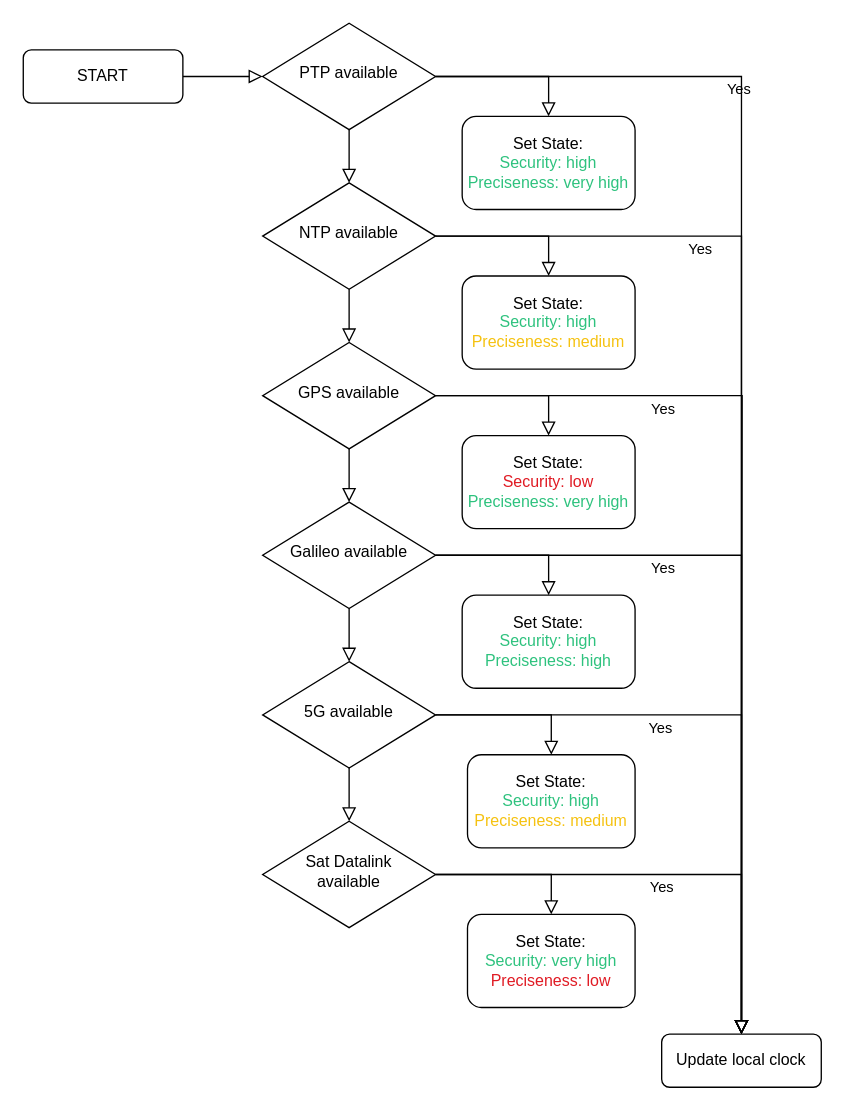
Above: time_sync.drawio in jahknem/SNCF_showcase (draw.io), before the change. Source tidied: cells renumbered, new cells numbered last; positions are measured from the earlier drawing's top-left corner, leaving out a move shared by most shapes. Both pictures are drawn from the tidied source at 133%, with x=0, y=0 at pixel (23, 23).
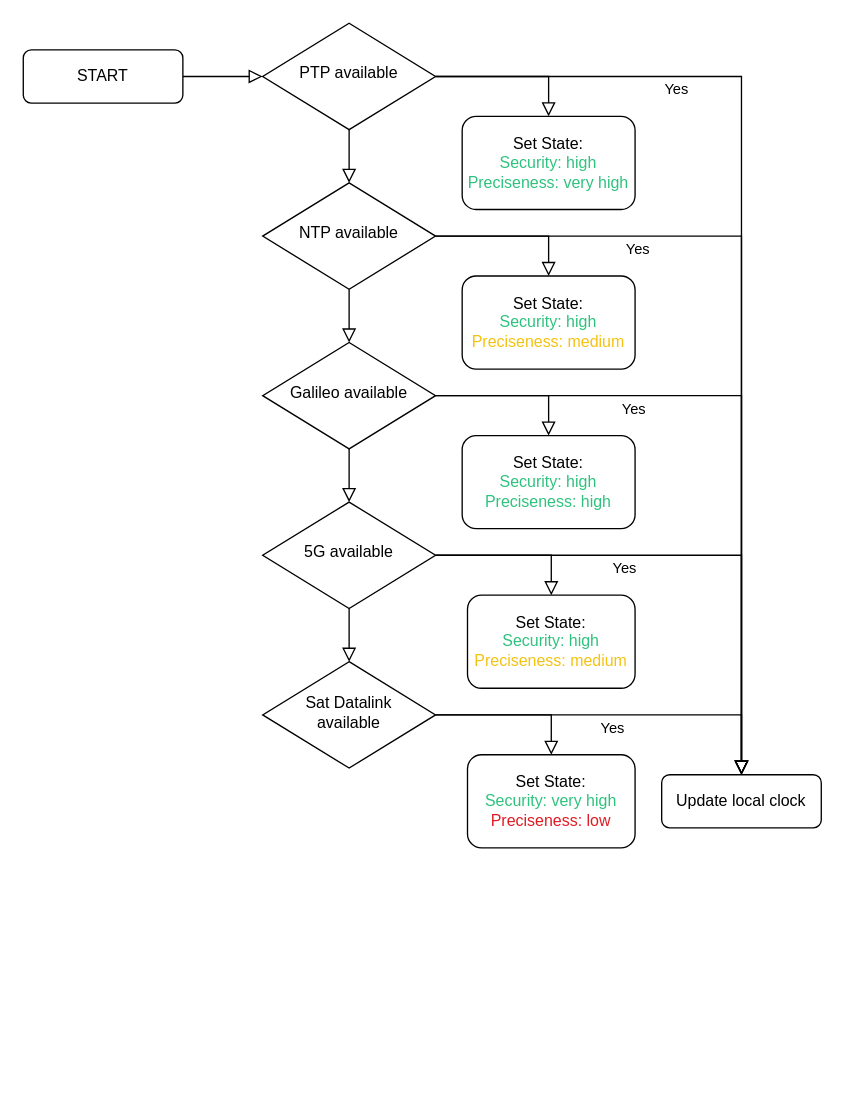
Above is the later version.

What changed in the source:
```diff
@@
     <mxCell id="9" value="Update local clock" style="rounded=1;whiteSpace=wrap;html=1;fontSize=12;glass=0;strokeWidth=1;shadow=0;" parent="1" vertex="1">
-      <mxGeometry x="480" y="760" width="120" height="40" as="geometry" />
+      <mxGeometry x="480" y="565" width="120" height="40" as="geometry" />
     </mxCell>
@@
     <mxCell id="11" value="&lt;div&gt;Galileo available&lt;/div&gt;" style="rhombus;whiteSpace=wrap;html=1;shadow=0;fontFamily=Helvetica;fontSize=12;align=center;strokeWidth=1;spacing=6;spacingTop=-4;" parent="1" vertex="1">
-      <mxGeometry x="180" y="360" width="130" height="80" as="geometry" />
+      <mxGeometry x="180" y="240" width="130" height="80" as="geometry" />
     </mxCell>
@@
     <mxCell id="13" value="5G available" style="rhombus;whiteSpace=wrap;html=1;shadow=0;fontFamily=Helvetica;fontSize=12;align=center;strokeWidth=1;spacing=6;spacingTop=-4;" parent="1" vertex="1">
-      <mxGeometry x="180" y="480" width="130" height="80" as="geometry" />
+      <mxGeometry x="180" y="360" width="130" height="80" as="geometry" />
     </mxCell>
@@
     <mxCell id="15" value="&lt;div&gt;Sat Datalink&lt;/div&gt;&lt;div&gt;available&lt;/div&gt;" style="rhombus;whiteSpace=wrap;html=1;shadow=0;fontFamily=Helvetica;fontSize=12;align=center;strokeWidth=1;spacing=6;spacingTop=-4;" parent="1" vertex="1">
-      <mxGeometry x="180" y="600" width="130" height="80" as="geometry" />
+      <mxGeometry x="180" y="480" width="130" height="80" as="geometry" />
     </mxCell>
@@
     <mxCell id="21" value="&lt;div&gt;Set State: &lt;span style=&quot;color: light-dark(rgb(46, 194, 126), rgb(237, 237, 237));&quot;&gt;&lt;br&gt;&lt;/span&gt;&lt;/div&gt;&lt;div&gt;&lt;span style=&quot;color: light-dark(rgb(46, 194, 126), rgb(237, 237, 237));&quot;&gt;Security: high&lt;/span&gt;&lt;/div&gt;&lt;div&gt;&lt;span style=&quot;color: light-dark(rgb(46, 194, 126), rgb(237, 237, 237));&quot;&gt;Preciseness: high&lt;/span&gt;&lt;/div&gt;" style="rounded=1;whiteSpace=wrap;html=1;fontSize=12;glass=0;strokeWidth=1;shadow=0;" parent="1" vertex="1">
-      <mxGeometry x="330" y="430" width="130" height="70" as="geometry" />
+      <mxGeometry x="330" y="310" width="130" height="70" as="geometry" />
     </mxCell>
     <mxCell id="22" value="&lt;div&gt;Set State: &lt;span style=&quot;color: light-dark(rgb(46, 194, 126), rgb(237, 237, 237));&quot;&gt;&lt;br&gt;&lt;/span&gt;&lt;/div&gt;&lt;div&gt;&lt;span style=&quot;color: light-dark(rgb(46, 194, 126), rgb(237, 237, 237));&quot;&gt;Security: high&lt;/span&gt;&lt;/div&gt;&lt;div&gt;&lt;span style=&quot;color: light-dark(rgb(245, 194, 17), rgb(237, 237, 237));&quot;&gt;Preciseness: medium&lt;/span&gt;&lt;/div&gt;" style="rounded=1;whiteSpace=wrap;html=1;fontSize=12;glass=0;strokeWidth=1;shadow=0;" parent="1" vertex="1">
-      <mxGeometry x="334" y="550" width="126" height="70" as="geometry" />
+      <mxGeometry x="334" y="430" width="126" height="70" as="geometry" />
     </mxCell>
     <mxCell id="23" value="&lt;div&gt;Set State: &lt;span style=&quot;color: light-dark(rgb(46, 194, 126), rgb(237, 237, 237));&quot;&gt;&lt;br&gt;&lt;/span&gt;&lt;/div&gt;&lt;div&gt;&lt;span style=&quot;color: light-dark(rgb(46, 194, 126), rgb(237, 237, 237));&quot;&gt;Security: very high&lt;/span&gt;&lt;/div&gt;&lt;div&gt;&lt;span style=&quot;color: light-dark(rgb(224, 27, 36), rgb(237, 237, 237));&quot;&gt;Preciseness: low&lt;/span&gt;&lt;/div&gt;" style="rounded=1;whiteSpace=wrap;html=1;fontSize=12;glass=0;strokeWidth=1;shadow=0;" parent="1" vertex="1">
-      <mxGeometry x="334" y="670" width="126" height="70" as="geometry" />
+      <mxGeometry x="334" y="550" width="126" height="70" as="geometry" />
     </mxCell>
-    <mxCell id="24" style="rounded=0;html=1;jettySize=auto;fontSize=11;endArrow=block;endFill=0;endSize=8;strokeWidth=1;shadow=0;labelBackgroundColor=none;edgeStyle=orthogonalEdgeStyle;" parent="1" edge="1" source="26">
-      <mxGeometry y="20" relative="1" as="geometry">
-        <mxPoint x="245" y="360" as="targetPoint" />
-      </mxGeometry>
-    </mxCell>
-    <mxCell id="25" value="Yes" style="edgeStyle=orthogonalEdgeStyle;rounded=0;html=1;jettySize=auto;fontSize=11;endArrow=block;endFill=0;endSize=8;strokeWidth=1;shadow=0;labelBackgroundColor=none;" parent="1" edge="1" source="26">
-      <mxGeometry x="-0.52" y="-10" relative="1" as="geometry">
-        <mxPoint x="540" y="760" as="targetPoint" />
-      </mxGeometry>
-    </mxCell>
-    <mxCell id="26" value="GPS available" style="rhombus;whiteSpace=wrap;html=1;shadow=0;fontFamily=Helvetica;fontSize=12;align=center;strokeWidth=1;spacing=6;spacingTop=-4;" parent="1" vertex="1">
-      <mxGeometry x="180" y="240" width="130" height="80" as="geometry" />
-    </mxCell>
-    <mxCell id="27" value="&lt;div&gt;Set State: &lt;span style=&quot;color: light-dark(rgb(46, 194, 126), rgb(237, 237, 237));&quot;&gt;&lt;br&gt;&lt;/span&gt;&lt;/div&gt;&lt;div&gt;&lt;span style=&quot;color: light-dark(rgb(224, 27, 36), rgb(237, 237, 237));&quot;&gt;Security: low&lt;/span&gt;&lt;/div&gt;&lt;div&gt;&lt;span style=&quot;color: light-dark(rgb(46, 194, 126), rgb(237, 237, 237));&quot;&gt;Preciseness: very high&lt;/span&gt;&lt;/div&gt;" style="rounded=1;whiteSpace=wrap;html=1;fontSize=12;glass=0;strokeWidth=1;shadow=0;" parent="1" vertex="1">
-      <mxGeometry x="330" y="310" width="130" height="70" as="geometry" />
-    </mxCell>
-    <mxCell id="28" style="rounded=0;html=1;jettySize=auto;fontSize=11;endArrow=block;endFill=0;endSize=8;strokeWidth=1;shadow=0;labelBackgroundColor=none;edgeStyle=orthogonalEdgeStyle;entryX=0.5;entryY=0;entryDx=0;entryDy=0;" parent="1" edge="1" source="26" target="27">
-      <mxGeometry y="20" relative="1" as="geometry" />
-    </mxCell>
```
